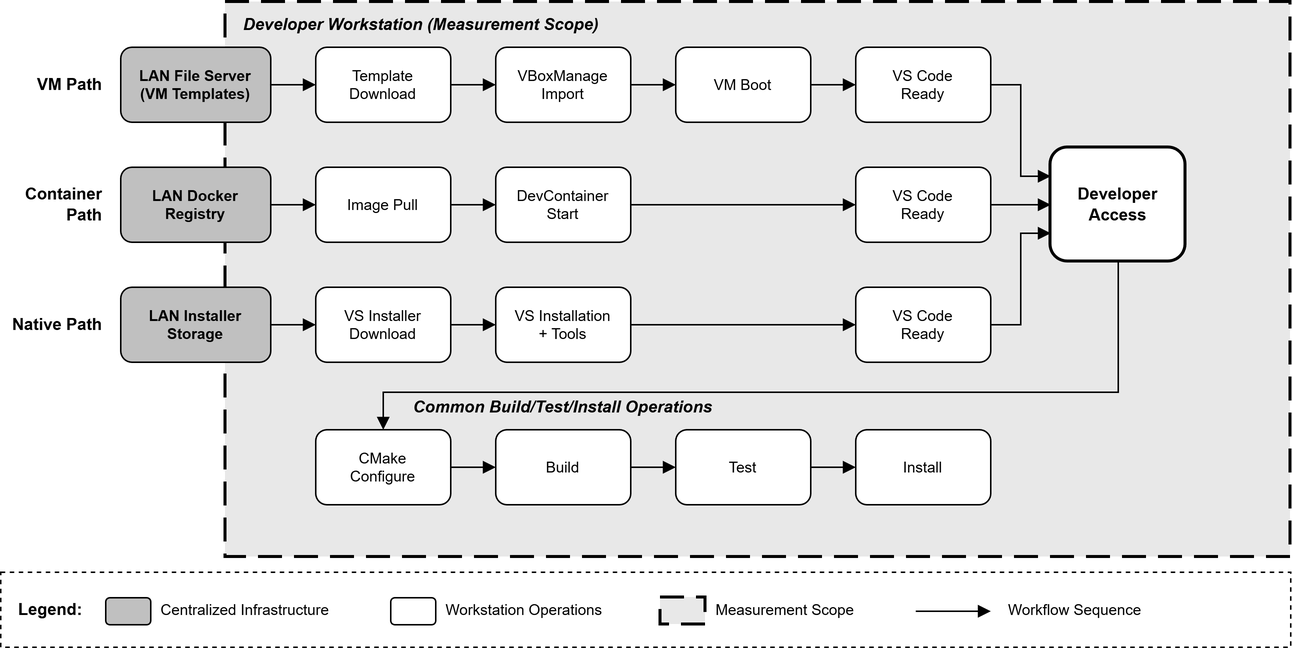
Above: figures/build-deployment-pipeline.png in andygruber/master-thesis-mcce (draw.io), before the change. Source tidied: cells renumbered, new cells last; positions are measured from the earlier drawing's top-left corner, leaving out a move shared by most shapes.
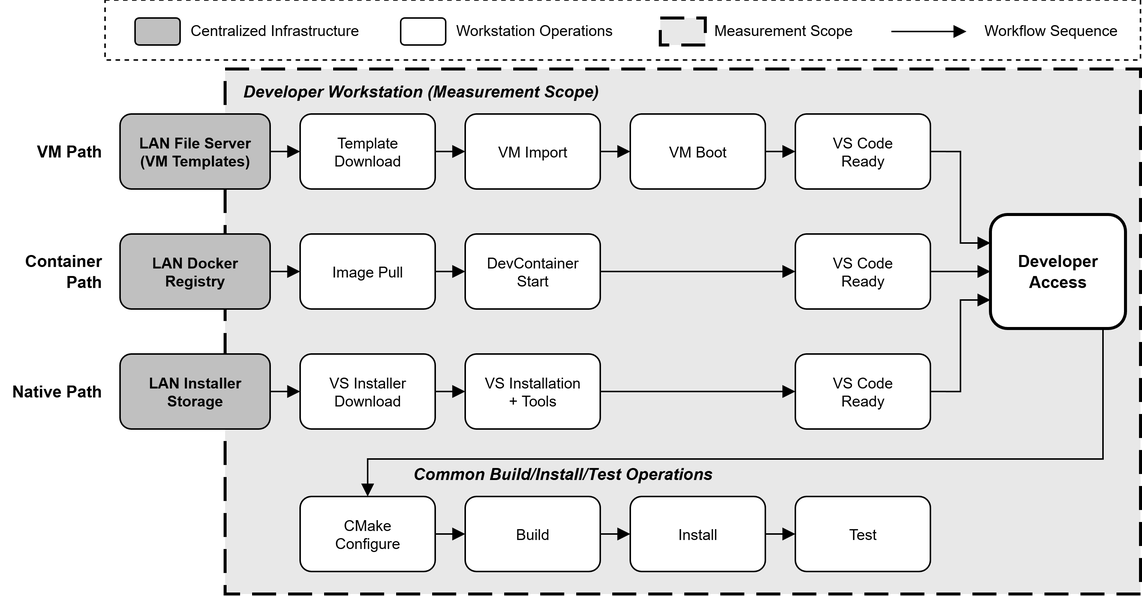
Above is the later version.

Change to the diagram source:
```diff
@@ -3,7 +3,7 @@
     <mxCell id="0" />
     <mxCell id="1" parent="0" />
     <mxCell id="2" style="rounded=0;whiteSpace=wrap;html=1;fillColor=#E8E8E8;strokeColor=#000000;strokeWidth=2;dashed=1;dashPattern=8 4;" parent="1" vertex="1">
-      <mxGeometry x="150" width="710" height="370" as="geometry" />
+      <mxGeometry x="150" width="610" height="350" as="geometry" />
     </mxCell>
     <mxCell id="3" value="Developer Workstation (Measurement Scope)" style="text;html=1;strokeColor=none;fillColor=none;align=left;verticalAlign=middle;whiteSpace=wrap;rounded=0;fontSize=11;fontStyle=3;" parent="1" vertex="1">
       <mxGeometry x="160" y="5" width="280" height="20" as="geometry" />
@@ -21,64 +21,64 @@
       <mxGeometry x="80" y="30" width="100" height="50" as="geometry" />
     </mxCell>
     <mxCell id="8" value="Template&#10;Download" style="rounded=1;whiteSpace=wrap;html=1;fillColor=#FFFFFF;strokeColor=#000000;fontSize=10;" parent="1" vertex="1">
-      <mxGeometry x="210" y="30" width="90" height="50" as="geometry" />
+      <mxGeometry x="200" y="30" width="90" height="50" as="geometry" />
     </mxCell>
-    <mxCell id="9" value="VBoxManage&#10;Import" style="rounded=1;whiteSpace=wrap;html=1;fillColor=#FFFFFF;strokeColor=#000000;fontSize=10;" parent="1" vertex="1">
-      <mxGeometry x="330" y="30" width="90" height="50" as="geometry" />
+    <mxCell id="9" value="VM Import" style="rounded=1;whiteSpace=wrap;html=1;fillColor=#FFFFFF;strokeColor=#000000;fontSize=10;" parent="1" vertex="1">
+      <mxGeometry x="310" y="30" width="90" height="50" as="geometry" />
     </mxCell>
     <mxCell id="10" value="VM Boot" style="rounded=1;whiteSpace=wrap;html=1;fillColor=#FFFFFF;strokeColor=#000000;fontSize=10;" parent="1" vertex="1">
-      <mxGeometry x="450" y="30" width="90" height="50" as="geometry" />
+      <mxGeometry x="420" y="30" width="90" height="50" as="geometry" />
     </mxCell>
     <mxCell id="11" value="VS Code&#10;Ready" style="rounded=1;whiteSpace=wrap;html=1;fillColor=#FFFFFF;strokeColor=#000000;fontSize=10;" parent="1" vertex="1">
-      <mxGeometry x="570" y="30" width="90" height="50" as="geometry" />
+      <mxGeometry x="530" y="30" width="90" height="50" as="geometry" />
     </mxCell>
     <mxCell id="12" value="LAN Docker&#10;Registry" style="rounded=1;whiteSpace=wrap;html=1;fillColor=#C0C0C0;strokeColor=#000000;fontSize=10;fontStyle=1;" parent="1" vertex="1">
       <mxGeometry x="80" y="110" width="100" height="50" as="geometry" />
     </mxCell>
     <mxCell id="13" value="Image Pull" style="rounded=1;whiteSpace=wrap;html=1;fillColor=#FFFFFF;strokeColor=#000000;fontSize=10;" parent="1" vertex="1">
-      <mxGeometry x="210" y="110" width="90" height="50" as="geometry" />
+      <mxGeometry x="200" y="110" width="90" height="50" as="geometry" />
     </mxCell>
     <mxCell id="14" value="DevContainer&#10;Start" style="rounded=1;whiteSpace=wrap;html=1;fillColor=#FFFFFF;strokeColor=#000000;fontSize=10;" parent="1" vertex="1">
-      <mxGeometry x="330" y="110" width="90" height="50" as="geometry" />
+      <mxGeometry x="310" y="110" width="90" height="50" as="geometry" />
     </mxCell>
     <mxCell id="15" value="VS Code&#10;Ready" style="rounded=1;whiteSpace=wrap;html=1;fillColor=#FFFFFF;strokeColor=#000000;fontSize=10;" parent="1" vertex="1">
-      <mxGeometry x="570" y="110" width="90" height="50" as="geometry" />
+      <mxGeometry x="530" y="110" width="90" height="50" as="geometry" />
     </mxCell>
     <mxCell id="16" value="LAN Installer&#10;Storage" style="rounded=1;whiteSpace=wrap;html=1;fillColor=#C0C0C0;strokeColor=#000000;fontSize=10;fontStyle=1;" parent="1" vertex="1">
       <mxGeometry x="80" y="190" width="100" height="50" as="geometry" />
     </mxCell>
     <mxCell id="17" value="VS Installer&#10;Download" style="rounded=1;whiteSpace=wrap;html=1;fillColor=#FFFFFF;strokeColor=#000000;fontSize=10;" parent="1" vertex="1">
-      <mxGeometry x="210" y="190" width="90" height="50" as="geometry" />
+      <mxGeometry x="200" y="190" width="90" height="50" as="geometry" />
     </mxCell>
     <mxCell id="18" value="VS Installation&#10;+ Tools" style="rounded=1;whiteSpace=wrap;html=1;fillColor=#FFFFFF;strokeColor=#000000;fontSize=10;" parent="1" vertex="1">
-      <mxGeometry x="330" y="190" width="90" height="50" as="geometry" />
+      <mxGeometry x="310" y="190" width="90" height="50" as="geometry" />
     </mxCell>
     <mxCell id="19" value="VS Code&#10;Ready" style="rounded=1;whiteSpace=wrap;html=1;fillColor=#FFFFFF;strokeColor=#000000;fontSize=10;" parent="1" vertex="1">
-      <mxGeometry x="570" y="190" width="90" height="50" as="geometry" />
+      <mxGeometry x="530" y="190" width="90" height="50" as="geometry" />
     </mxCell>
     <mxCell id="20" value="Developer&#10;Access" style="rounded=1;whiteSpace=wrap;html=1;fillColor=#FFFFFF;strokeColor=#000000;fontSize=11;fontStyle=1;strokeWidth=2;" parent="1" vertex="1">
-      <mxGeometry x="700" y="97" width="90" height="76" as="geometry" />
+      <mxGeometry x="660" y="97" width="90" height="76" as="geometry" />
     </mxCell>
-    <mxCell id="21" value="Common Build/Test/Install Operations" style="text;html=1;strokeColor=none;fillColor=none;align=center;verticalAlign=middle;whiteSpace=wrap;rounded=0;fontSize=11;fontStyle=3;" parent="1" vertex="1">
+    <mxCell id="21" value="Common Build/Install/Test&amp;nbsp;Operations" style="text;html=1;strokeColor=none;fillColor=none;align=center;verticalAlign=middle;whiteSpace=wrap;rounded=0;fontSize=11;fontStyle=3;" parent="1" vertex="1">
       <mxGeometry x="250" y="260" width="250" height="20" as="geometry" />
     </mxCell>
     <mxCell id="22" value="CMake&#10;Configure" style="rounded=1;whiteSpace=wrap;html=1;fillColor=#FFFFFF;strokeColor=#000000;fontSize=10;" parent="1" vertex="1">
-      <mxGeometry x="210" y="285" width="90" height="50" as="geometry" />
+      <mxGeometry x="200" y="285" width="90" height="50" as="geometry" />
     </mxCell>
     <mxCell id="23" value="Build" style="rounded=1;whiteSpace=wrap;html=1;fillColor=#FFFFFF;strokeColor=#000000;fontSize=10;" parent="1" vertex="1">
-      <mxGeometry x="330" y="285" width="90" height="50" as="geometry" />
+      <mxGeometry x="310" y="285" width="90" height="50" as="geometry" />
     </mxCell>
-    <mxCell id="24" value="Test" style="rounded=1;whiteSpace=wrap;html=1;fillColor=#FFFFFF;strokeColor=#000000;fontSize=10;" parent="1" vertex="1">
-      <mxGeometry x="450" y="285" width="90" height="50" as="geometry" />
+    <mxCell id="24" value="Install" style="rounded=1;whiteSpace=wrap;html=1;fillColor=#FFFFFF;strokeColor=#000000;fontSize=10;" parent="1" vertex="1">
+      <mxGeometry x="420" y="285" width="90" height="50" as="geometry" />
     </mxCell>
-    <mxCell id="25" value="Install" style="rounded=1;whiteSpace=wrap;html=1;fillColor=#FFFFFF;strokeColor=#000000;fontSize=10;" parent="1" vertex="1">
-      <mxGeometry x="570" y="285" width="90" height="50" as="geometry" />
+    <mxCell id="25" value="Test" style="rounded=1;whiteSpace=wrap;html=1;fillColor=#FFFFFF;strokeColor=#000000;fontSize=10;" parent="1" vertex="1">
+      <mxGeometry x="530" y="285" width="90" height="50" as="geometry" />
     </mxCell>
     <mxCell id="26" style="edgeStyle=orthogonalEdgeStyle;rounded=0;jettySize=auto;html=1;exitX=0.5;exitY=1;exitDx=0;exitDy=0;entryX=0.5;entryY=0;entryDx=0;entryDy=0;strokeColor=#000000;endArrow=block;endFill=1;" parent="1" edge="1" source="20" target="22">
       <mxGeometry relative="1" as="geometry">
         <Array as="points">
-          <mxPoint x="745" y="260" />
-          <mxPoint x="255" y="260" />
+          <mxPoint x="735" y="260" />
+          <mxPoint x="245" y="260" />
         </Array>
       </mxGeometry>
     </mxCell>
@@ -131,37 +131,34 @@
       <mxGeometry relative="1" as="geometry" />
     </mxCell>
     <mxCell id="43" style="rounded=0;whiteSpace=wrap;html=1;fillColor=none;strokeColor=#000000;dashed=1;" parent="1" vertex="1">
-      <mxGeometry y="380" width="860" height="50" as="geometry" />
+      <mxGeometry x="70" y="-46" width="690" height="40" as="geometry" />
     </mxCell>
-    <mxCell id="44" value="Legend:" style="text;html=1;strokeColor=none;fillColor=none;align=left;verticalAlign=middle;whiteSpace=wrap;rounded=0;fontSize=11;fontStyle=1;" parent="1" vertex="1">
-      <mxGeometry x="10" y="395" width="50" height="20" as="geometry" />
+    <mxCell id="44" style="rounded=1;whiteSpace=wrap;html=1;fillColor=#C0C0C0;strokeColor=#000000;" parent="1" vertex="1">
+      <mxGeometry x="90" y="-34" width="30" height="18" as="geometry" />
     </mxCell>
-    <mxCell id="45" style="rounded=1;whiteSpace=wrap;html=1;fillColor=#C0C0C0;strokeColor=#000000;" parent="1" vertex="1">
-      <mxGeometry x="70" y="397" width="30" height="18" as="geometry" />
+    <mxCell id="45" value="Centralized Infrastructure" style="text;html=1;strokeColor=none;fillColor=none;align=left;verticalAlign=middle;whiteSpace=wrap;rounded=0;fontSize=10;" parent="1" vertex="1">
+      <mxGeometry x="125" y="-36" width="125" height="20" as="geometry" />
     </mxCell>
-    <mxCell id="46" value="Centralized Infrastructure" style="text;html=1;strokeColor=none;fillColor=none;align=left;verticalAlign=middle;whiteSpace=wrap;rounded=0;fontSize=10;" parent="1" vertex="1">
-      <mxGeometry x="105" y="395" width="140" height="20" as="geometry" />
+    <mxCell id="46" style="rounded=1;whiteSpace=wrap;html=1;fillColor=#FFFFFF;strokeColor=#000000;" parent="1" vertex="1">
+      <mxGeometry x="267" y="-34" width="30" height="18" as="geometry" />
     </mxCell>
-    <mxCell id="47" style="rounded=1;whiteSpace=wrap;html=1;fillColor=#FFFFFF;strokeColor=#000000;" parent="1" vertex="1">
-      <mxGeometry x="260" y="397" width="30" height="18" as="geometry" />
+    <mxCell id="47" value="Workstation Operations" style="text;html=1;strokeColor=none;fillColor=none;align=left;verticalAlign=middle;whiteSpace=wrap;rounded=0;fontSize=10;" parent="1" vertex="1">
+      <mxGeometry x="302" y="-36" width="115" height="20" as="geometry" />
     </mxCell>
-    <mxCell id="48" value="Workstation Operations" style="text;html=1;strokeColor=none;fillColor=none;align=left;verticalAlign=middle;whiteSpace=wrap;rounded=0;fontSize=10;" parent="1" vertex="1">
-      <mxGeometry x="295" y="395" width="130" height="20" as="geometry" />
+    <mxCell id="48" style="rounded=0;whiteSpace=wrap;html=1;fillColor=#E8E8E8;strokeColor=#000000;strokeWidth=2;dashed=1;dashPattern=8 4;" parent="1" vertex="1">
+      <mxGeometry x="440" y="-34" width="30" height="18" as="geometry" />
     </mxCell>
-    <mxCell id="49" style="rounded=0;whiteSpace=wrap;html=1;fillColor=#E8E8E8;strokeColor=#000000;strokeWidth=2;dashed=1;dashPattern=8 4;" parent="1" vertex="1">
-      <mxGeometry x="440" y="397" width="30" height="18" as="geometry" />
+    <mxCell id="49" value="Measurement Scope" style="text;html=1;strokeColor=none;fillColor=none;align=left;verticalAlign=middle;whiteSpace=wrap;rounded=0;fontSize=10;" parent="1" vertex="1">
+      <mxGeometry x="474" y="-36" width="120" height="20" as="geometry" />
     </mxCell>
-    <mxCell id="50" value="Measurement Scope" style="text;html=1;strokeColor=none;fillColor=none;align=left;verticalAlign=middle;whiteSpace=wrap;rounded=0;fontSize=10;" parent="1" vertex="1">
-      <mxGeometry x="475" y="395" width="120" height="20" as="geometry" />
+    <mxCell id="50" style="edgeStyle=orthogonalEdgeStyle;rounded=0;orthogonalLoop=1;jettySize=auto;html=1;strokeColor=#000000;endArrow=block;endFill=1;" parent="1" edge="1">
+      <mxGeometry relative="1" as="geometry">
+        <mxPoint x="594" y="-25" as="sourcePoint" />
+        <mxPoint x="644" y="-25" as="targetPoint" />
+      </mxGeometry>
     </mxCell>
-    <mxCell id="51" style="edgeStyle=orthogonalEdgeStyle;rounded=0;orthogonalLoop=1;jettySize=auto;html=1;strokeColor=#000000;endArrow=block;endFill=1;" parent="1" edge="1">
-      <mxGeometry relative="1" as="geometry">
-        <mxPoint x="610" y="406" as="sourcePoint" />
-        <mxPoint x="660" y="406" as="targetPoint" />
-      </mxGeometry>
+    <mxCell id="51" value="Workflow Sequence" style="text;html=1;strokeColor=none;fillColor=none;align=left;verticalAlign=middle;whiteSpace=wrap;rounded=0;fontSize=10;" parent="1" vertex="1">
+      <mxGeometry x="654" y="-36" width="106" height="20" as="geometry" />
     </mxCell>
-    <mxCell id="52" value="Workflow Sequence" style="text;html=1;strokeColor=none;fillColor=none;align=left;verticalAlign=middle;whiteSpace=wrap;rounded=0;fontSize=10;" parent="1" vertex="1">
-      <mxGeometry x="670" y="395" width="110" height="20" as="geometry" />
-    </mxCell>
   </root>
 </mxGraphModel>
```
